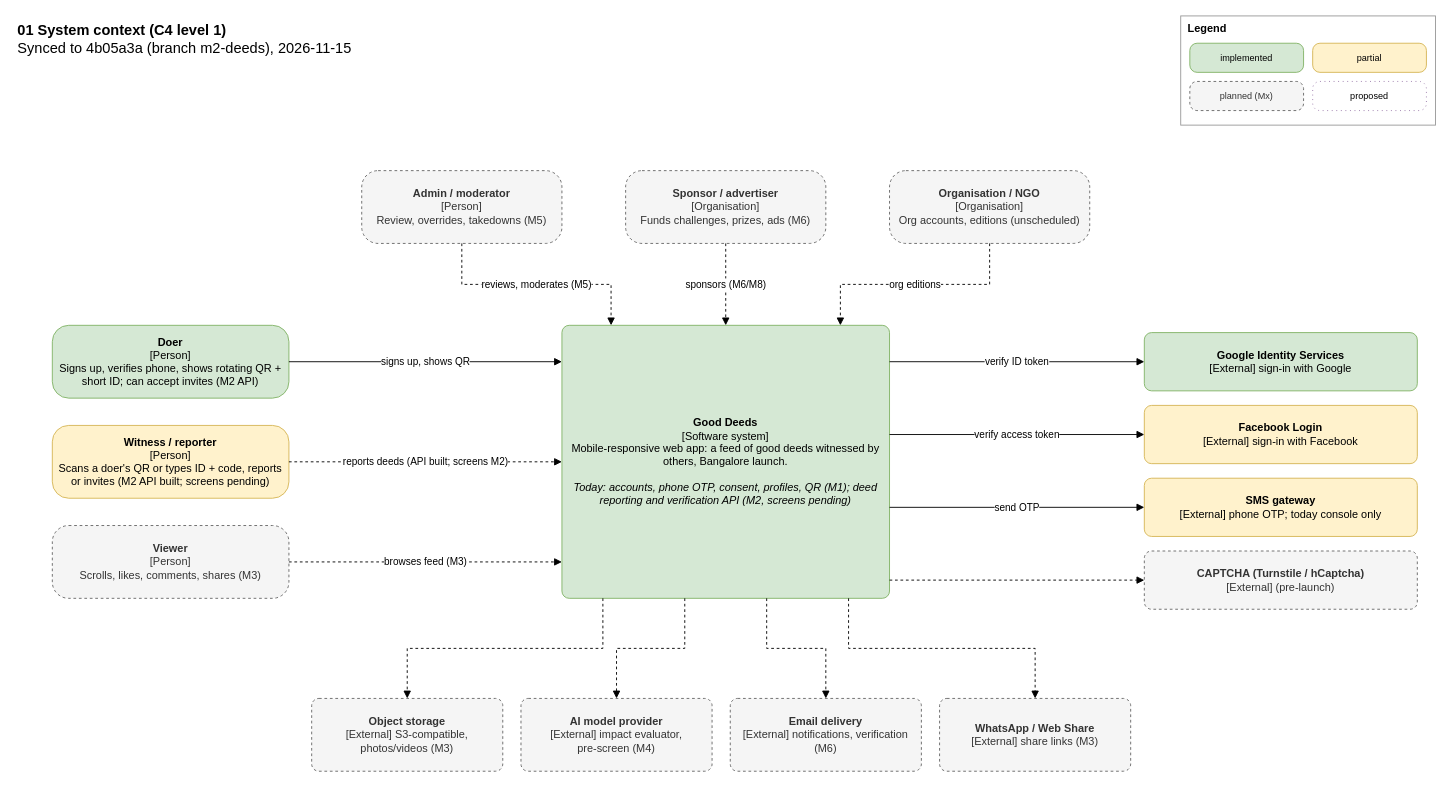
This is docs/architecture/01-system-context.drawio from Ismail94M/Good-Deeds, a draw.io file, before an edit. Source tidied: cells renumbered, new cells numbered last; positions are measured from the earlier drawing's top-left corner, leaving out a move shared by most shapes. Both pictures are drawn from the tidied source at 91%, with x=0, y=0 at pixel (15, 15).
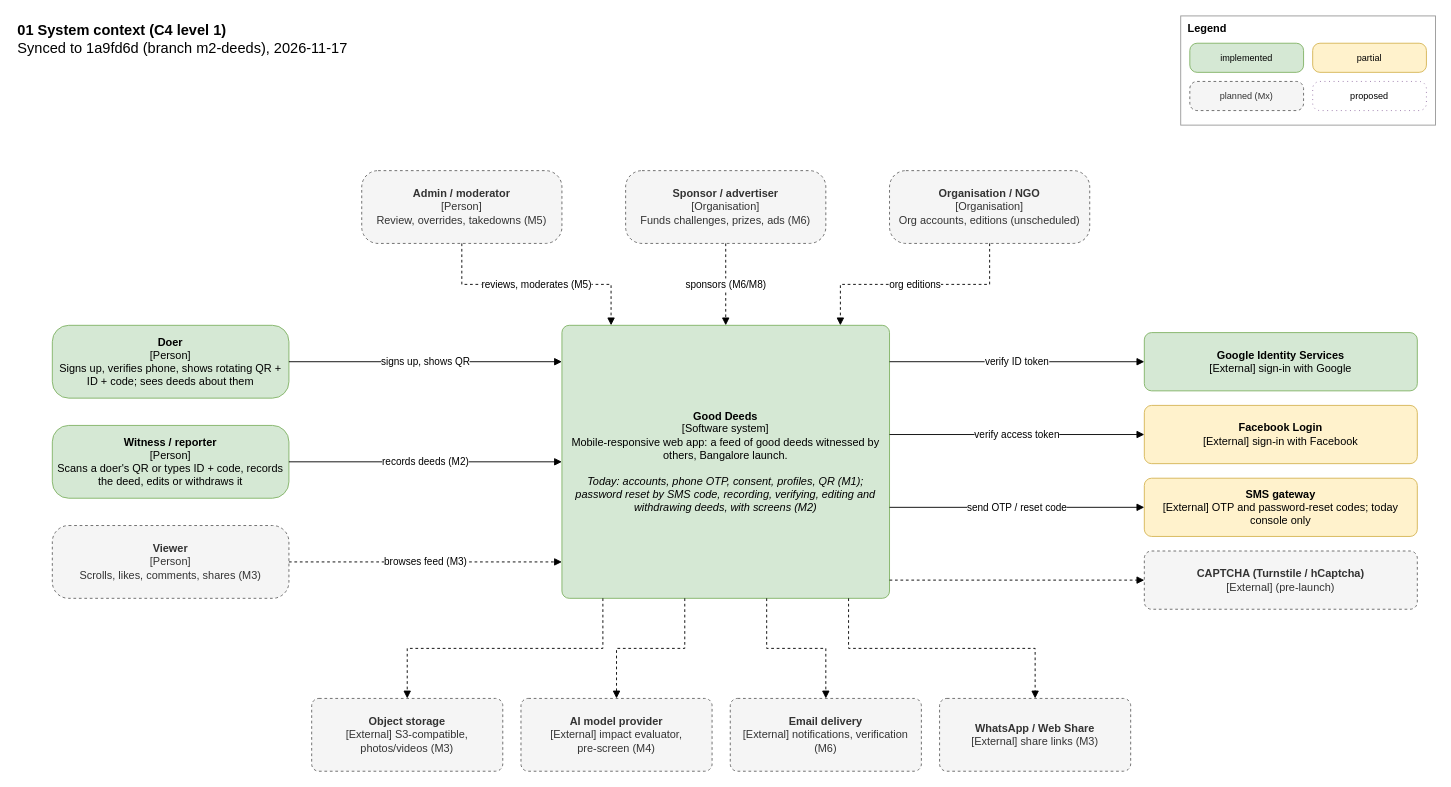
The same diagram, later.

Change to the diagram source:
```diff
@@
-    <mxCell id="2" value="&lt;b&gt;01 System context (C4 level 1)&lt;/b&gt;&lt;br&gt;Synced to 4b05a3a (branch m2-deeds), 2026-11-15" style="text;html=1;align=left;verticalAlign=top;fontSize=16;" parent="1" vertex="1">
+    <mxCell id="2" value="&lt;b&gt;01 System context (C4 level 1)&lt;/b&gt;&lt;br&gt;Synced to 1a9fd6d (branch m2-deeds), 2026-11-17" style="text;html=1;align=left;verticalAlign=top;fontSize=16;" parent="1" vertex="1">
       <mxGeometry width="700" height="50" as="geometry" />
     </mxCell>
@@
-    <mxCell id="8" value="&lt;b&gt;Good Deeds&lt;/b&gt;&lt;br&gt;[Software system]&lt;br&gt;Mobile-responsive web app: a feed of good deeds witnessed by others, Bangalore launch.&lt;br&gt;&lt;br&gt;&lt;i&gt;Today: accounts, phone OTP, consent, profiles, QR (M1); deed reporting and verification API (M2, screens pending)&lt;/i&gt;" style="rounded=1;absoluteArcSize=1;arcSize=16;whiteSpace=wrap;html=1;align=center;verticalAlign=middle;fillColor=#d5e8d4;strokeColor=#82b366;" parent="1" vertex="1">
+    <mxCell id="8" value="&lt;b&gt;Good Deeds&lt;/b&gt;&lt;br&gt;[Software system]&lt;br&gt;Mobile-responsive web app: a feed of good deeds witnessed by others, Bangalore launch.&lt;br&gt;&lt;br&gt;&lt;i&gt;Today: accounts, phone OTP, consent, profiles, QR (M1); password reset by SMS code, recording, verifying, editing and withdrawing deeds, with screens (M2)&lt;/i&gt;" style="rounded=1;absoluteArcSize=1;arcSize=16;whiteSpace=wrap;html=1;align=center;verticalAlign=middle;fillColor=#d5e8d4;strokeColor=#82b366;" parent="1" vertex="1">
       <mxGeometry x="600" y="340" width="360" height="300" as="geometry" />
     </mxCell>
-    <mxCell id="9" value="&lt;b&gt;Doer&lt;/b&gt;&lt;br&gt;[Person]&lt;br&gt;Signs up, verifies phone, shows rotating QR + short ID; can accept invites (M2 API)" style="rounded=1;absoluteArcSize=1;arcSize=36;whiteSpace=wrap;html=1;fillColor=#d5e8d4;strokeColor=#82b366;" parent="1" vertex="1">
+    <mxCell id="9" value="&lt;b&gt;Doer&lt;/b&gt;&lt;br&gt;[Person]&lt;br&gt;Signs up, verifies phone, shows rotating QR + ID + code; sees deeds about them" style="rounded=1;absoluteArcSize=1;arcSize=36;whiteSpace=wrap;html=1;fillColor=#d5e8d4;strokeColor=#82b366;" parent="1" vertex="1">
       <mxGeometry x="40" y="340" width="260" height="80" as="geometry" />
     </mxCell>
@@
-    <mxCell id="11" value="&lt;b&gt;Witness / reporter&lt;/b&gt;&lt;br&gt;[Person]&lt;br&gt;Scans a doer's QR or types ID + code, reports or invites (M2 API built; screens pending)" style="rounded=1;absoluteArcSize=1;arcSize=36;whiteSpace=wrap;html=1;fillColor=#fff2cc;strokeColor=#d6b656;" parent="1" vertex="1">
+    <mxCell id="11" value="&lt;b&gt;Witness / reporter&lt;/b&gt;&lt;br&gt;[Person]&lt;br&gt;Scans a doer's QR or types ID + code, records the deed, edits or withdraws it" style="rounded=1;absoluteArcSize=1;arcSize=36;whiteSpace=wrap;html=1;fillColor=#d5e8d4;strokeColor=#82b366;" parent="1" vertex="1">
       <mxGeometry x="40" y="450" width="260" height="80" as="geometry" />
     </mxCell>
-    <mxCell id="12" value="reports deeds (API built; screens M2)" style="edgeStyle=orthogonalEdgeStyle;rounded=0;html=1;endArrow=block;labelBackgroundColor=#ffffff;dashed=1;exitX=1;exitY=0.5;exitDx=0;exitDy=0;entryX=0;entryY=0.5;entryDx=0;entryDy=0;" parent="1" edge="1" source="11" target="8">
+    <mxCell id="12" value="records deeds (M2)" style="edgeStyle=orthogonalEdgeStyle;rounded=0;html=1;endArrow=block;labelBackgroundColor=#ffffff;exitX=1;exitY=0.5;exitDx=0;exitDy=0;entryX=0;entryY=0.5;entryDx=0;entryDy=0;" parent="1" edge="1" source="11" target="8">
       <mxGeometry relative="1" as="geometry" />
     </mxCell>
@@
-    <mxCell id="25" value="&lt;b&gt;SMS gateway&lt;/b&gt;&lt;br&gt;[External] phone OTP; today console only" style="rounded=1;absoluteArcSize=1;arcSize=16;whiteSpace=wrap;html=1;align=center;verticalAlign=middle;fillColor=#fff2cc;strokeColor=#d6b656;" parent="1" vertex="1">
+    <mxCell id="25" value="&lt;b&gt;SMS gateway&lt;/b&gt;&lt;br&gt;[External] OTP and password-reset codes; today console only" style="rounded=1;absoluteArcSize=1;arcSize=16;whiteSpace=wrap;html=1;align=center;verticalAlign=middle;fillColor=#fff2cc;strokeColor=#d6b656;" parent="1" vertex="1">
       <mxGeometry x="1240" y="508" width="300" height="64" as="geometry" />
     </mxCell>
-    <mxCell id="26" value="send OTP" style="edgeStyle=orthogonalEdgeStyle;rounded=0;html=1;endArrow=block;labelBackgroundColor=#ffffff;exitX=1;exitY=0.6667;exitDx=0;exitDy=0;entryX=0;entryY=0.5;entryDx=0;entryDy=0;" parent="1" edge="1" source="8" target="25">
+    <mxCell id="26" value="send OTP / reset code" style="edgeStyle=orthogonalEdgeStyle;rounded=0;html=1;endArrow=block;labelBackgroundColor=#ffffff;exitX=1;exitY=0.6667;exitDx=0;exitDy=0;entryX=0;entryY=0.5;entryDx=0;entryDy=0;" parent="1" edge="1" source="8" target="25">
       <mxGeometry relative="1" as="geometry" />
     </mxCell>
```
